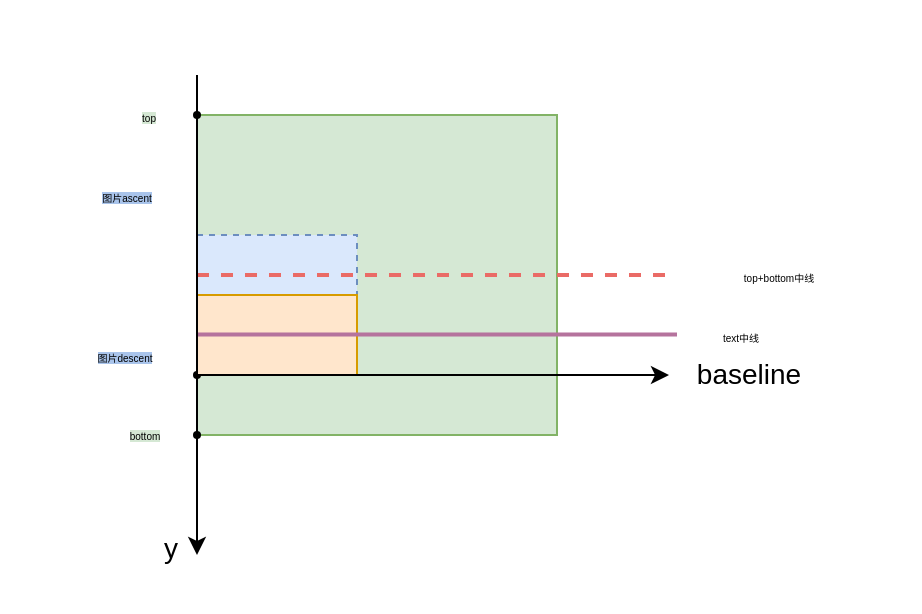
This is page "自定义BorderSpan" (3 of 3) of RichTextShare.drawio from WensonLuo/Drowio, a draw.io file, before an edit. Source tidied: cells renumbered, new cells numbered last; positions are measured from the earlier drawing's top-left corner, leaving out a move shared by most shapes. Both pictures are drawn from the tidied source at 200%, with x=0, y=0 at pixel (34, 74).
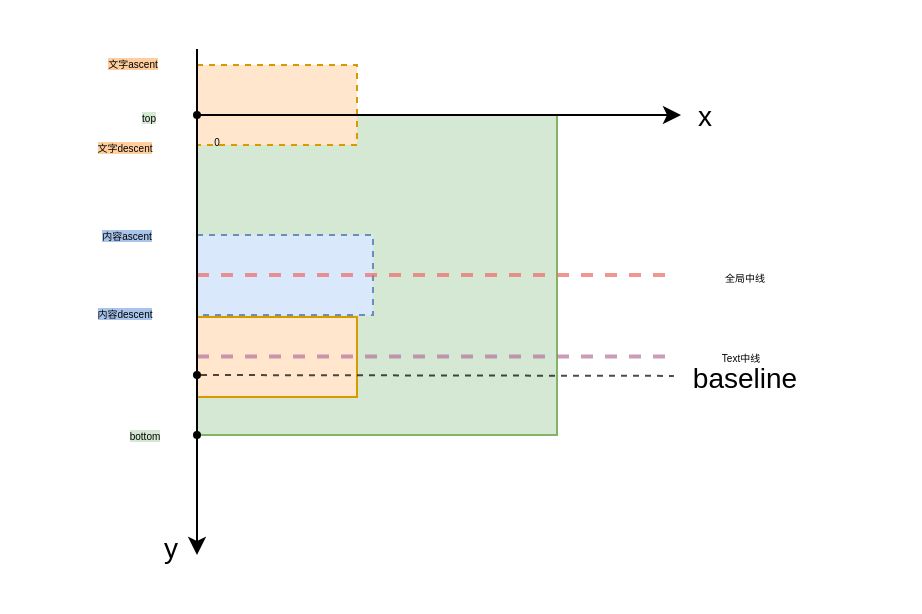
The same diagram, later.

Change to the diagram source:
```diff
@@
-    <mxCell id="3" style="rounded=0;whiteSpace=wrap;html=1;fillColor=#dae8fc;strokeColor=#6c8ebf;dashed=1;" parent="1" vertex="1">
-      <mxGeometry x="81" y="80" width="80" height="40" as="geometry" />
-    </mxCell>
     <mxCell id="4" value="&lt;font style=&quot;font-size: 14px;&quot;&gt;baseline&lt;/font&gt;" style="text;html=1;align=center;verticalAlign=middle;points=[];strokeColor=none;fillColor=none;" parent="1" vertex="1">
-      <mxGeometry x="317" y="135" width="80" height="30" as="geometry" />
+      <mxGeometry x="315" y="137" width="80" height="30" as="geometry" />
     </mxCell>
@@
-    <mxCell id="6" value="&lt;font style=&quot;font-size: 5px; background-color: rgb(169, 196, 235);&quot;&gt;图片ascent&lt;/font&gt;" style="text;html=1;align=center;verticalAlign=middle;strokeColor=none;fillColor=none;" parent="1" vertex="1">
-      <mxGeometry x="6" y="45" width="80" height="30" as="geometry" />
+    <mxCell id="6" value="&lt;font style=&quot;font-size: 5px; background-color: rgb(169, 196, 235);&quot;&gt;内容ascent&lt;/font&gt;" style="text;html=1;align=center;verticalAlign=middle;strokeColor=none;fillColor=none;" parent="1" vertex="1">
+      <mxGeometry x="7" y="66" width="77" height="26" as="geometry" />
     </mxCell>
@@
-    <mxCell id="10" style="shape=waypoint;sketch=0;size=6;fillColor=none;perimeter=centerPerimeter;strokeWidth=0;" parent="1" vertex="1">
-      <mxGeometry x="71" y="10" width="20" height="20" as="geometry" />
-    </mxCell>
+    <mxCell id="3" style="rounded=0;whiteSpace=wrap;html=1;fillColor=#dae8fc;strokeColor=#6c8ebf;dashed=1;" parent="1" vertex="1">
+      <mxGeometry x="81" y="80" width="88" height="40" as="geometry" />
+    </mxCell>
@@
-    <mxCell id="12" style="endArrow=none;html=1;rounded=0;exitX=0.733;exitY=0.733;exitDx=0;exitDy=0;exitPerimeter=0;fillColor=#e51400;strokeColor=#EA6B66;strokeWidth=2;dashed=1;" parent="1" edge="1">
+    <mxCell id="12" style="endArrow=none;html=1;rounded=0;exitX=0.733;exitY=0.733;exitDx=0;exitDy=0;exitPerimeter=0;fillColor=#e51400;strokeColor=#EA6B66;strokeWidth=2;dashed=1;opacity=70;" parent="1" edge="1">
       <mxGeometry relative="1" as="geometry">
         <mxPoint x="81" y="100" as="sourcePoint" />
         <mxPoint x="321" y="100" as="targetPoint" />
       </mxGeometry>
     </mxCell>
-    <mxCell id="13" value="&lt;span style=&quot;font-size: 5px;&quot;&gt;top+bottom中线&lt;/span&gt;" style="text;html=1;align=center;verticalAlign=middle;strokeColor=none;fillColor=none;" parent="1" vertex="1">
-      <mxGeometry x="317" y="85" width="110" height="30" as="geometry" />
+    <mxCell id="13" value="&lt;span style=&quot;font-size: 5px;&quot;&gt;全局中线&lt;/span&gt;" style="text;html=1;align=center;verticalAlign=middle;strokeColor=none;fillColor=none;" parent="1" vertex="1">
+      <mxGeometry x="322" y="87" width="66" height="26" as="geometry" />
     </mxCell>
-    <mxCell id="14" value="&lt;font style=&quot;font-size: 5px; background-color: rgb(169, 196, 235);&quot;&gt;图片descent&lt;/font&gt;" style="text;html=1;align=center;verticalAlign=middle;strokeColor=none;fillColor=none;" parent="1" vertex="1">
-      <mxGeometry y="125" width="90" height="30" as="geometry" />
+    <mxCell id="14" value="&lt;font style=&quot;font-size: 5px; background-color: rgb(169, 196, 235);&quot;&gt;内容descent&lt;/font&gt;" style="text;html=1;align=center;verticalAlign=middle;strokeColor=none;fillColor=none;" parent="1" vertex="1">
+      <mxGeometry x="3" y="105" width="84" height="26" as="geometry" />
     </mxCell>
-    <mxCell id="15" style="shape=waypoint;sketch=0;size=6;fillColor=none;perimeter=centerPerimeter;strokeWidth=0;" parent="1" vertex="1">
-      <mxGeometry x="71" y="140" width="20" height="20" as="geometry" />
-    </mxCell>
-    <mxCell id="16" style="rounded=0;whiteSpace=wrap;html=1;fillColor=#ffe6cc;strokeColor=#d79b00;" parent="1" vertex="1">
-      <mxGeometry x="81" y="110" width="80" height="40" as="geometry" />
+    <mxCell id="16" style="rounded=0;whiteSpace=wrap;html=1;fillColor=#ffe6cc;strokeColor=#d79b00;dashed=1;" parent="1" vertex="1">
+      <mxGeometry x="81" y="-5" width="80" height="40" as="geometry" />
     </mxCell>
+    <mxCell id="21" style="rounded=0;whiteSpace=wrap;html=1;fillColor=#ffe6cc;strokeColor=#d79b00;" parent="1" vertex="1">
+      <mxGeometry x="81" y="121" width="80" height="40" as="geometry" />
+    </mxCell>
-    <mxCell id="17" style="endArrow=none;html=1;rounded=0;exitX=0.733;exitY=0.733;exitDx=0;exitDy=0;exitPerimeter=0;fillColor=#e51400;strokeColor=#B5739D;strokeWidth=2;" parent="1" edge="1">
+    <mxCell id="17" style="endArrow=none;html=1;rounded=0;exitX=0.733;exitY=0.733;exitDx=0;exitDy=0;exitPerimeter=0;fillColor=#e51400;strokeColor=#B5739D;strokeWidth=2;opacity=70;dashed=1;" parent="1" edge="1">
       <mxGeometry relative="1" as="geometry">
-        <mxPoint x="81" y="129.8" as="sourcePoint" />
-        <mxPoint x="321" y="129.8" as="targetPoint" />
+        <mxPoint x="81" y="140.8" as="sourcePoint" />
+        <mxPoint x="321" y="140.8" as="targetPoint" />
       </mxGeometry>
     </mxCell>
-    <mxCell id="18" value="&lt;span style=&quot;font-size: 5px;&quot;&gt;text中线&lt;/span&gt;" style="text;html=1;align=center;verticalAlign=middle;points=[];strokeColor=none;fillColor=none;" parent="1" vertex="1">
-      <mxGeometry x="318" y="115" width="70" height="30" as="geometry" />
+    <mxCell id="18" value="&lt;span style=&quot;font-size: 5px;&quot;&gt;Text中线&lt;/span&gt;" style="text;html=1;align=center;verticalAlign=middle;points=[];strokeColor=none;fillColor=none;" parent="1" vertex="1">
+      <mxGeometry x="321" y="127" width="64" height="26" as="geometry" />
     </mxCell>
     <mxCell id="19" style="endArrow=classic;html=1;rounded=0;" parent="1" edge="1">
       <mxGeometry relative="1" as="geometry">
-        <mxPoint x="81" as="sourcePoint" />
+        <mxPoint x="81" y="-13" as="sourcePoint" />
         <mxPoint x="81" y="240" as="targetPoint" />
       </mxGeometry>
     </mxCell>
-    <mxCell id="20" style="endArrow=classic;html=1;rounded=0;entryX=0;entryY=0.5;entryDx=0;entryDy=0;entryPerimeter=0;" parent="1" edge="1" target="4">
-      <mxGeometry relative="1" as="geometry">
-        <mxPoint x="80" y="150" as="sourcePoint" />
-      </mxGeometry>
-    </mxCell>
+    <mxCell id="22" style="endArrow=classic;html=1;rounded=0;" parent="1" edge="1">
+      <mxGeometry relative="1" as="geometry">
+        <mxPoint x="82" y="20" as="sourcePoint" />
+        <mxPoint x="323" y="20" as="targetPoint" />
+      </mxGeometry>
+    </mxCell>
+    <mxCell id="23" value="&lt;span style=&quot;font-size: 5px;&quot;&gt;0&lt;/span&gt;" style="text;html=1;align=center;verticalAlign=middle;strokeColor=none;fillColor=none;" parent="1" vertex="1">
+      <mxGeometry x="78" y="19" width="25" height="26" as="geometry" />
+    </mxCell>
+    <mxCell id="24" value="&lt;font style=&quot;font-size: 14px;&quot;&gt;x&lt;/font&gt;" style="text;html=1;align=center;verticalAlign=middle;strokeColor=none;fillColor=none;" parent="1" vertex="1">
+      <mxGeometry x="322" y="6" width="25" height="29" as="geometry" />
+    </mxCell>
+    <mxCell id="25" style="endArrow=none;html=1;rounded=0;entryX=-0.024;entryY=0.902;entryDx=0;entryDy=0;entryPerimeter=0;opacity=70;dashed=1;" parent="1" edge="1" target="18">
+      <mxGeometry relative="1" as="geometry">
+        <mxPoint x="83" y="150" as="sourcePoint" />
+      </mxGeometry>
+    </mxCell>
+    <mxCell id="26" value="&lt;font style=&quot;font-size: 5px; background-color: rgb(255, 206, 159);&quot;&gt;文字ascent&lt;/font&gt;" style="text;html=1;align=center;verticalAlign=middle;strokeColor=none;fillColor=none;" parent="1" vertex="1">
+      <mxGeometry x="10" y="-20" width="77" height="26" as="geometry" />
+    </mxCell>
+    <mxCell id="27" value="&lt;font style=&quot;font-size: 5px; background-color: rgb(255, 206, 159);&quot;&gt;文字descent&lt;/font&gt;" style="text;html=1;align=center;verticalAlign=middle;strokeColor=none;fillColor=none;" parent="1" vertex="1">
+      <mxGeometry x="3" y="22" width="84" height="26" as="geometry" />
+    </mxCell>
+    <mxCell id="10" style="shape=waypoint;sketch=0;size=6;fillColor=none;perimeter=centerPerimeter;strokeWidth=0;" parent="1" vertex="1">
+      <mxGeometry x="71" y="10" width="20" height="20" as="geometry" />
+    </mxCell>
+    <mxCell id="15" style="shape=waypoint;sketch=0;size=6;fillColor=none;perimeter=centerPerimeter;strokeWidth=0;" parent="1" vertex="1">
+      <mxGeometry x="71" y="140" width="20" height="20" as="geometry" />
+    </mxCell>
```
